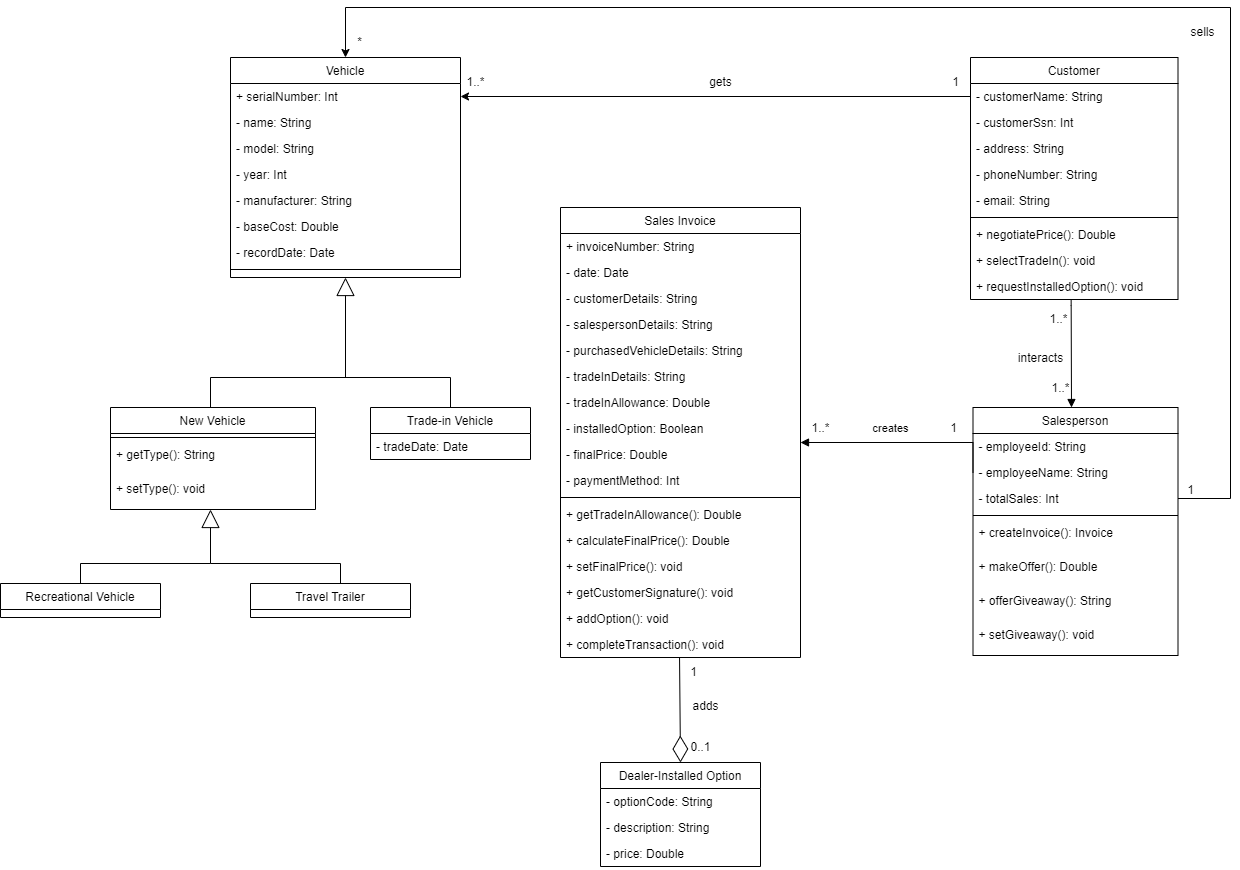
Earlier version of the draw.io export holiday_travel_vehicles.drawio.png (LarryChenCode/IS7020_diagrams). Source tidied: cells renumbered, new cells last; positions are measured from the earlier drawing's top-left corner, leaving out a move shared by most shapes.
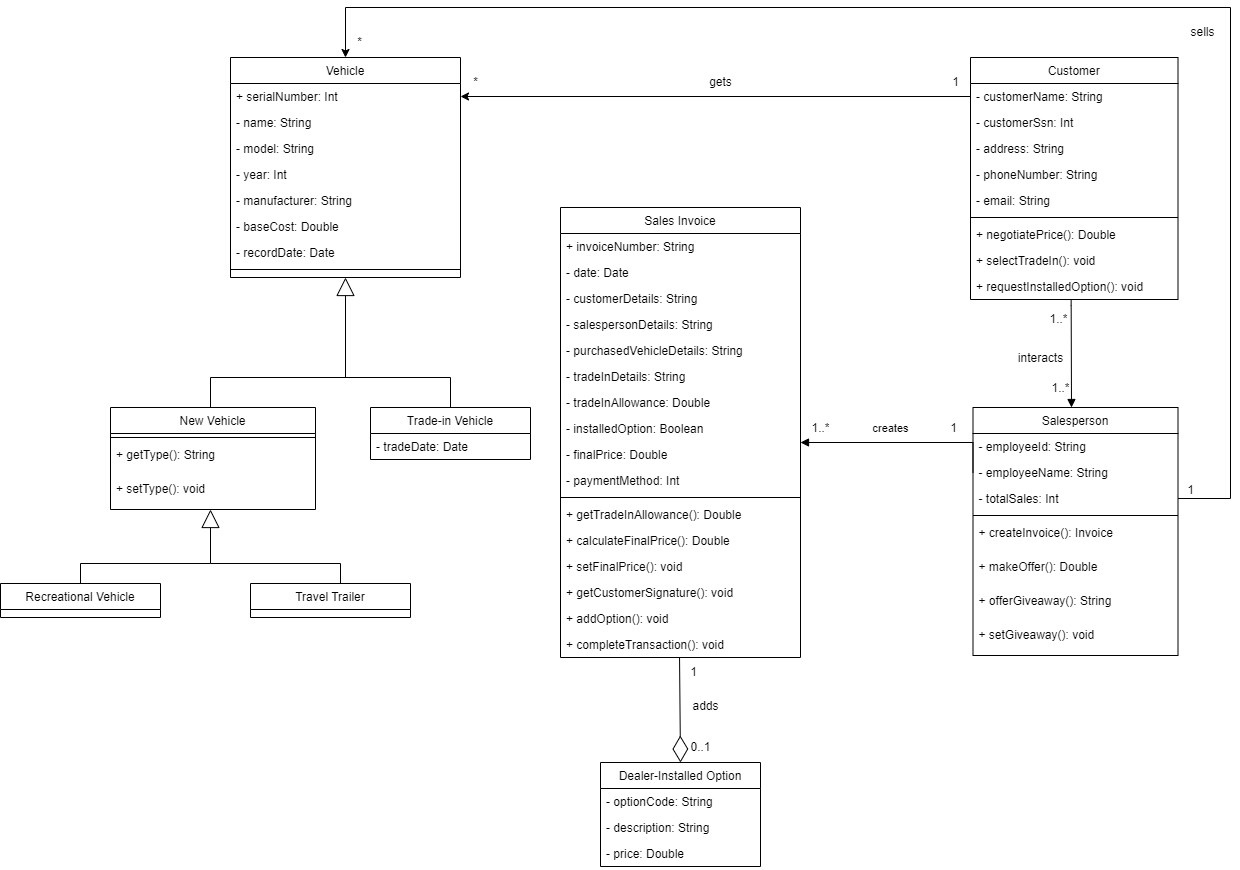
The same diagram one commit later.

What changed in the source:
```diff
@@ -270,8 +270,8 @@
     <mxCell id="75" value="adds" style="text;html=1;align=center;verticalAlign=middle;strokeColor=none;fillColor=none;" parent="1" vertex="1">
       <mxGeometry x="680" y="684" width="50" height="30" as="geometry" />
     </mxCell>
-    <mxCell id="76" value="1..*" style="text;html=1;align=center;verticalAlign=middle;strokeColor=none;fillColor=none;" parent="1" vertex="1">
-      <mxGeometry x="455" y="60" width="40" height="30" as="geometry" />
+    <mxCell id="76" value="*" style="text;html=1;align=center;verticalAlign=middle;strokeColor=none;fillColor=none;" parent="1" vertex="1">
+      <mxGeometry x="460" y="60" width="30" height="30" as="geometry" />
     </mxCell>
     <mxCell id="77" value="gets" style="text;html=1;align=center;verticalAlign=middle;strokeColor=none;fillColor=none;" parent="1" vertex="1">
       <mxGeometry x="695" y="60" width="50" height="30" as="geometry" />
```
